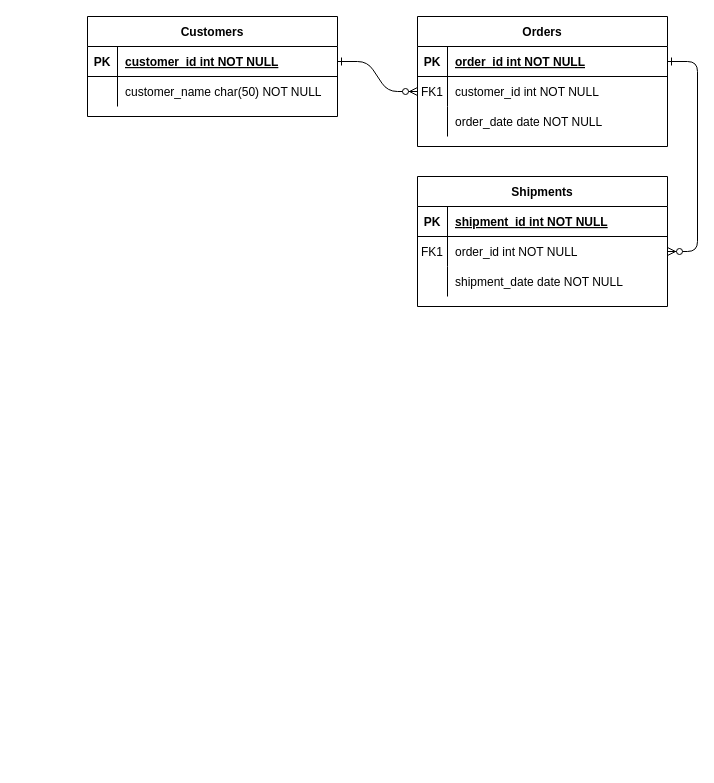
armeldemarsac92/projet01_epitech keeps this draw.io diagram as schemadb.drawio. Above is the earlier version. Source tidied: cells renumbered, new cells numbered last; positions are measured from the earlier drawing's top-left corner, leaving out a move shared by most shapes. Both pictures are drawn from the tidied source at 100%, with x=0, y=0 at pixel (87, 16).
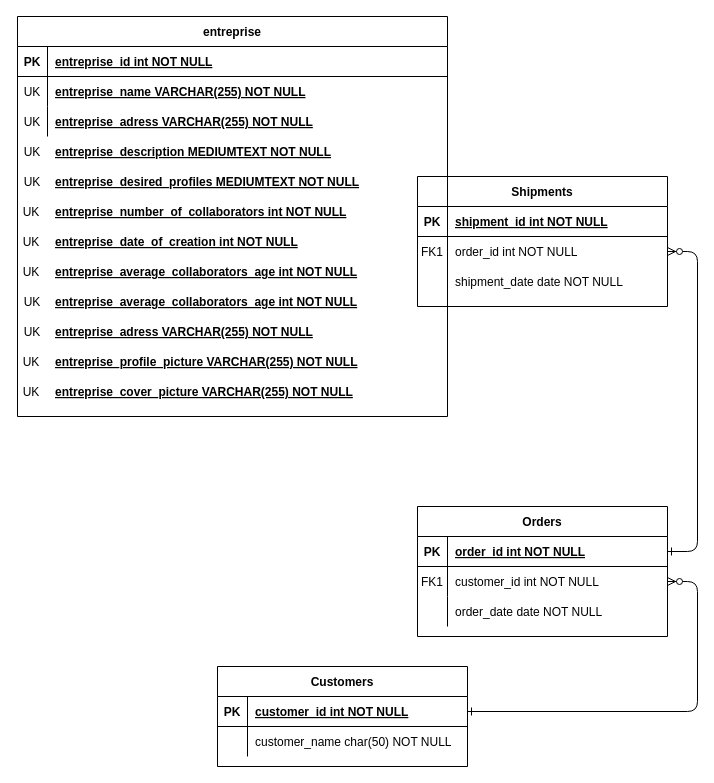
The same page after the edit.

Commit message:
Mettre à jour schemadb.drawio

Diff of the diagram source:
```diff
@@
     <mxCell id="4" value="Orders" style="shape=table;startSize=30;childLayout=tableLayout;rowLines=0;fontStyle=1;align=center;" parent="1" vertex="1">
-      <mxGeometry x="330" width="250" height="130" as="geometry" />
+      <mxGeometry x="330" y="490" width="250" height="130" as="geometry" />
     </mxCell>
@@
     <mxCell id="24" value="Customers" style="shape=table;startSize=30;childLayout=tableLayout;rowLines=0;fontStyle=1;align=center;" parent="1" vertex="1">
-      <mxGeometry width="250" height="100" as="geometry" />
+      <mxGeometry x="130" y="650" width="250" height="100" as="geometry" />
     </mxCell>
@@
+    <mxCell id="31" value="entreprise" style="shape=table;startSize=30;childLayout=tableLayout;rowLines=0;fontStyle=1;align=center;" parent="1" vertex="1">
+      <mxGeometry x="-70" width="430" height="400" as="geometry" />
+    </mxCell>
+    <mxCell id="32" style="shape=partialRectangle;fillColor=none;top=0;left=0;right=0;bottom=1;" parent="31" vertex="1">
+      <mxGeometry y="30" width="430" height="30" as="geometry" />
+    </mxCell>
+    <mxCell id="33" value="PK" style="shape=partialRectangle;overflow=hidden;fillColor=none;top=0;left=0;bottom=0;right=0;fontStyle=1;" parent="32" vertex="1">
+      <mxGeometry width="30" height="30" as="geometry" />
+    </mxCell>
+    <mxCell id="34" value="entreprise_id int NOT NULL" style="shape=partialRectangle;overflow=hidden;fillColor=none;top=0;left=0;bottom=0;right=0;align=left;spacingLeft=6;fontStyle=5;" parent="32" vertex="1">
+      <mxGeometry x="30" width="400" height="30" as="geometry" />
+    </mxCell>
+    <mxCell id="35" style="shape=partialRectangle;fillColor=none;top=0;left=0;right=0;bottom=0;" parent="31" vertex="1">
+      <mxGeometry y="60" width="430" height="30" as="geometry" />
+    </mxCell>
+    <mxCell id="36" value="UK" style="shape=partialRectangle;overflow=hidden;fillColor=none;top=0;left=0;bottom=0;right=0;" parent="35" vertex="1">
+      <mxGeometry width="30" height="30" as="geometry" />
+    </mxCell>
+    <mxCell id="37" value="entreprise_name VARCHAR(255) NOT NULL" style="shape=partialRectangle;overflow=hidden;fillColor=none;top=0;left=0;bottom=0;right=0;align=left;spacingLeft=6;fontStyle=5;" parent="35" vertex="1">
+      <mxGeometry x="30" width="400" height="30" as="geometry" />
+    </mxCell>
+    <mxCell id="38" style="shape=partialRectangle;fillColor=none;top=0;left=0;right=0;bottom=0;" parent="31" vertex="1">
+      <mxGeometry y="90" width="430" height="30" as="geometry" />
+    </mxCell>
+    <mxCell id="39" style="shape=partialRectangle;overflow=hidden;fillColor=none;top=0;left=0;bottom=0;right=0;" parent="38" vertex="1">
+      <mxGeometry width="30" height="30" as="geometry" />
+    </mxCell>
+    <mxCell id="40" value="entreprise_adress VARCHAR(255) NOT NULL" style="shape=partialRectangle;overflow=hidden;fillColor=none;top=0;left=0;bottom=0;right=0;align=left;spacingLeft=6;fontStyle=5;" parent="38" vertex="1">
+      <mxGeometry x="30" width="400" height="30" as="geometry" />
+    </mxCell>
+    <mxCell id="41" value="entreprise_description MEDIUMTEXT NOT NULL" style="shape=partialRectangle;overflow=hidden;fillColor=none;top=0;left=0;bottom=0;right=0;align=left;spacingLeft=6;fontStyle=5;" parent="1" vertex="1">
+      <mxGeometry x="-40" y="120" width="300" height="30" as="geometry" />
+    </mxCell>
+    <mxCell id="42" value="entreprise_desired_profiles MEDIUMTEXT NOT NULL" style="shape=partialRectangle;overflow=hidden;fillColor=none;top=0;left=0;bottom=0;right=0;align=left;spacingLeft=6;fontStyle=5;" parent="1" vertex="1">
+      <mxGeometry x="-40" y="150" width="350" height="30" as="geometry" />
+    </mxCell>
+    <mxCell id="43" value="entreprise_number_of_collaborators int NOT NULL" style="shape=partialRectangle;overflow=hidden;fillColor=none;top=0;left=0;bottom=0;right=0;align=left;spacingLeft=6;fontStyle=5;" parent="1" vertex="1">
+      <mxGeometry x="-40" y="180" width="350" height="30" as="geometry" />
+    </mxCell>
+    <mxCell id="44" value="entreprise_date_of_creation int NOT NULL" style="shape=partialRectangle;overflow=hidden;fillColor=none;top=0;left=0;bottom=0;right=0;align=left;spacingLeft=6;fontStyle=5;" parent="1" vertex="1">
+      <mxGeometry x="-40" y="210" width="350" height="30" as="geometry" />
+    </mxCell>
+    <mxCell id="45" value="entreprise_average_collaborators_age int NOT NULL" style="shape=partialRectangle;overflow=hidden;fillColor=none;top=0;left=0;bottom=0;right=0;align=left;spacingLeft=6;fontStyle=5;" parent="1" vertex="1">
+      <mxGeometry x="-40" y="240" width="350" height="30" as="geometry" />
+    </mxCell>
+    <mxCell id="46" value="entreprise_average_collaborators_age int NOT NULL" style="shape=partialRectangle;overflow=hidden;fillColor=none;top=0;left=0;bottom=0;right=0;align=left;spacingLeft=6;fontStyle=5;" parent="1" vertex="1">
+      <mxGeometry x="-40" y="270" width="350" height="30" as="geometry" />
+    </mxCell>
+    <mxCell id="47" value="entreprise_adress VARCHAR(255) NOT NULL" style="shape=partialRectangle;overflow=hidden;fillColor=none;top=0;left=0;bottom=0;right=0;align=left;spacingLeft=6;fontStyle=5;" parent="1" vertex="1">
+      <mxGeometry x="-40" y="300" width="350" height="30" as="geometry" />
+    </mxCell>
+    <mxCell id="48" value="entreprise_profile_picture VARCHAR(255) NOT NULL" style="shape=partialRectangle;overflow=hidden;fillColor=none;top=0;left=0;bottom=0;right=0;align=left;spacingLeft=6;fontStyle=5;" parent="1" vertex="1">
+      <mxGeometry x="-40" y="330" width="350" height="30" as="geometry" />
+    </mxCell>
+    <mxCell id="49" value="entreprise_cover_picture VARCHAR(255) NOT NULL" style="shape=partialRectangle;overflow=hidden;fillColor=none;top=0;left=0;bottom=0;right=0;align=left;spacingLeft=6;fontStyle=5;" parent="1" vertex="1">
+      <mxGeometry x="-40" y="360" width="350" height="30" as="geometry" />
+    </mxCell>
+    <mxCell id="50" value="UK" style="shape=partialRectangle;overflow=hidden;fillColor=none;top=0;left=0;bottom=0;right=0;" parent="1" vertex="1">
+      <mxGeometry x="-70" y="90" width="30" height="30" as="geometry" />
+    </mxCell>
+    <mxCell id="51" value="UK" style="shape=partialRectangle;overflow=hidden;fillColor=none;top=0;left=0;bottom=0;right=0;" parent="1" vertex="1">
+      <mxGeometry x="-70" y="120" width="30" height="30" as="geometry" />
+    </mxCell>
+    <mxCell id="52" value="UK" style="shape=partialRectangle;overflow=hidden;fillColor=none;top=0;left=0;bottom=0;right=0;" parent="1" vertex="1">
+      <mxGeometry x="-70" y="150" width="30" height="30" as="geometry" />
+    </mxCell>
+    <mxCell id="53" value="UK" style="shape=partialRectangle;overflow=hidden;fillColor=none;top=0;left=0;bottom=0;right=0;" parent="1" vertex="1">
+      <mxGeometry x="-71" y="180" width="30" height="30" as="geometry" />
+    </mxCell>
+    <mxCell id="54" value="UK" style="shape=partialRectangle;overflow=hidden;fillColor=none;top=0;left=0;bottom=0;right=0;" parent="1" vertex="1">
+      <mxGeometry x="-71" y="210" width="30" height="30" as="geometry" />
+    </mxCell>
+    <mxCell id="55" value="UK" style="shape=partialRectangle;overflow=hidden;fillColor=none;top=0;left=0;bottom=0;right=0;" parent="1" vertex="1">
+      <mxGeometry x="-71" y="240" width="30" height="30" as="geometry" />
+    </mxCell>
+    <mxCell id="56" value="UK" style="shape=partialRectangle;overflow=hidden;fillColor=none;top=0;left=0;bottom=0;right=0;" parent="1" vertex="1">
+      <mxGeometry x="-70" y="270" width="30" height="30" as="geometry" />
+    </mxCell>
+    <mxCell id="57" value="UK" style="shape=partialRectangle;overflow=hidden;fillColor=none;top=0;left=0;bottom=0;right=0;" parent="1" vertex="1">
+      <mxGeometry x="-70" y="300" width="30" height="30" as="geometry" />
+    </mxCell>
+    <mxCell id="58" value="UK" style="shape=partialRectangle;overflow=hidden;fillColor=none;top=0;left=0;bottom=0;right=0;" parent="1" vertex="1">
+      <mxGeometry x="-71" y="330" width="30" height="30" as="geometry" />
+    </mxCell>
+    <mxCell id="59" value="UK" style="shape=partialRectangle;overflow=hidden;fillColor=none;top=0;left=0;bottom=0;right=0;" parent="1" vertex="1">
+      <mxGeometry x="-71" y="360" width="30" height="30" as="geometry" />
+    </mxCell>
```
